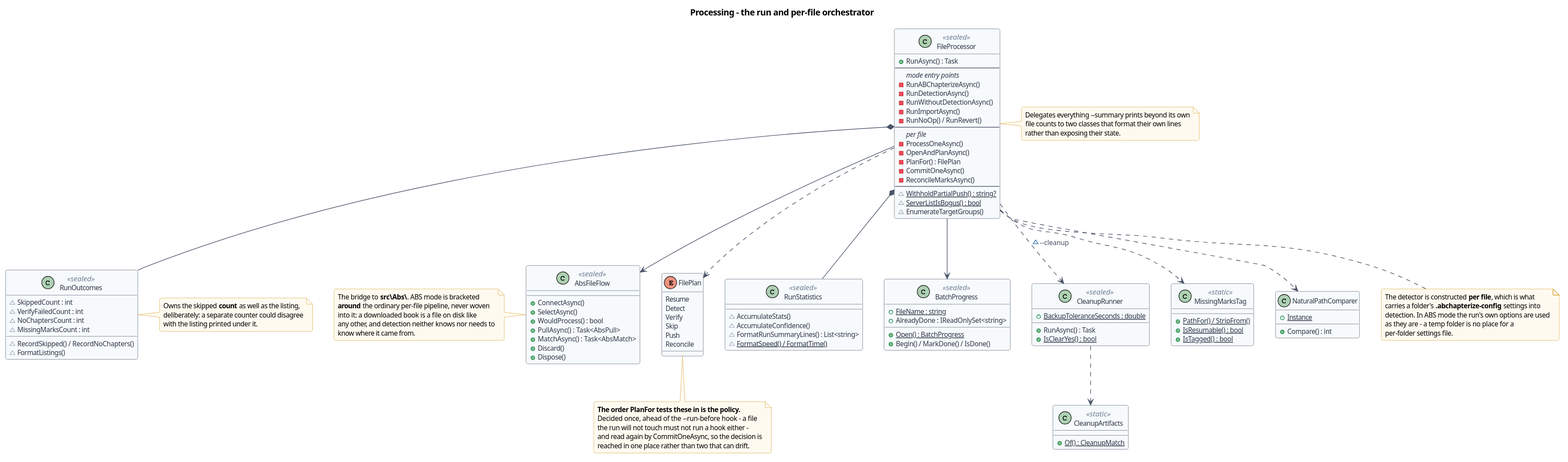
The PlantUML diagram doc/diagrams/class-processing.svg in Inguiotar/ABChapterize, before a commit.
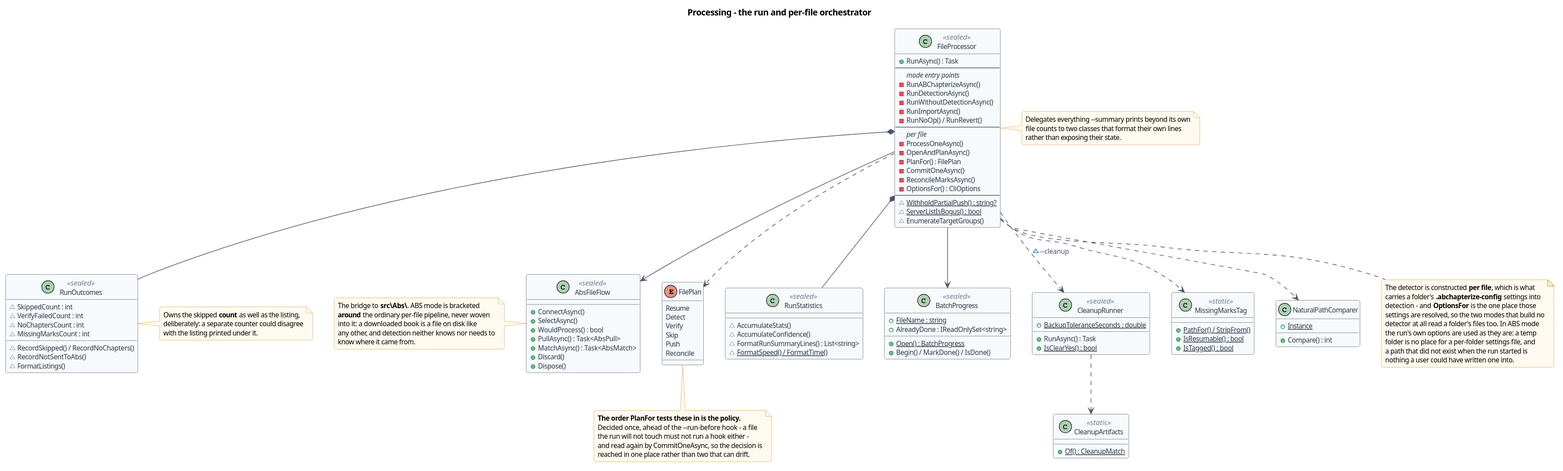
The same file after the commit.

Change to the diagram source:
```diff
@@ -18,6 +18,7 @@
   -PlanFor() : FilePlan
   -CommitOneAsync()
   -ReconcileMarksAsync()
+  -OptionsFor() : CliOptions
   --
   ~{static} WithholdPartialPush() : string?
   ~{static} ServerListIsBogus() : bool
@@ -57,6 +58,7 @@
   ~NoChaptersCount : int
   ~MissingMarksCount : int
   ~RecordSkipped() / RecordNoChapters()
+  ~RecordNotSentToAbs()
   ~FormatListings()
 }
 note right of RunOutcomes
@@ -119,9 +121,13 @@
 note as NDet
   The detector is constructed **per file**, which is what
   carries a folder's <b>.abchapterize-config</b> settings into
-  detection. In ABS mode the run's own options are used
-  as they are - a temp folder is no place for a
-  per-folder settings file.
+  detection - and <b>OptionsFor</b> is the one place those
+  settings are resolved, so the two modes that build no
+  detector at all read a folder's files too. In ABS mode
+  the run's own options are used as they are: a temp
+  folder is no place for a per-folder settings file, and
+  a path that did not exist when the run started is
+  nothing a user could have written one into.
 end note
 FileProcessor .. NDet
 @enduml
```
